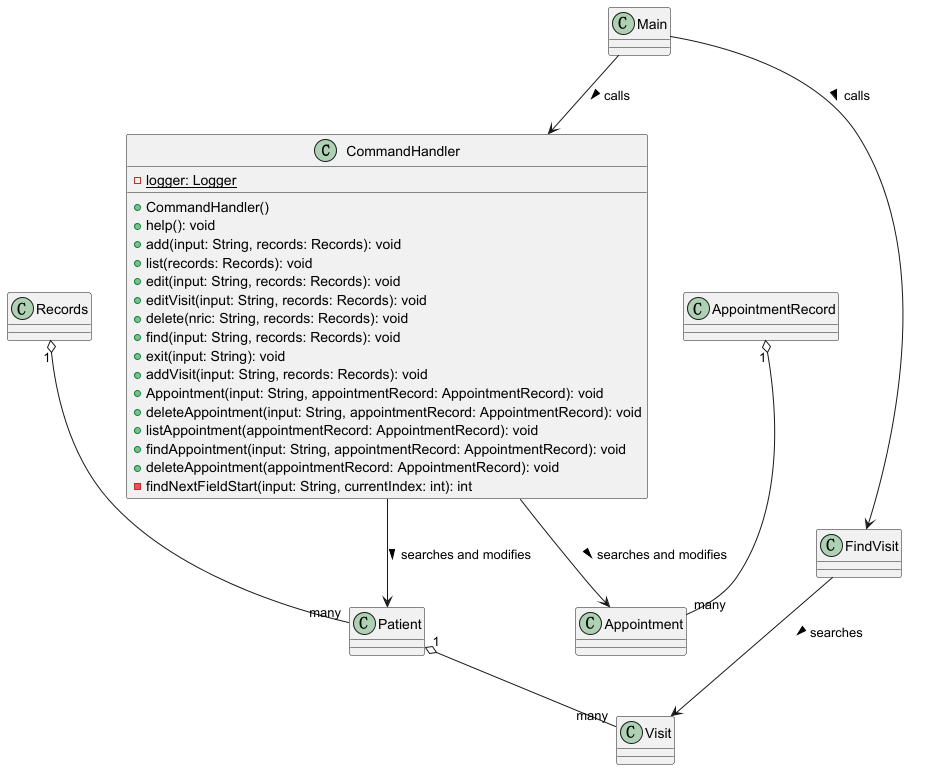
The PlantUML diagram docs/CommandHandler.png in yentheng0110/tp, before a commit.
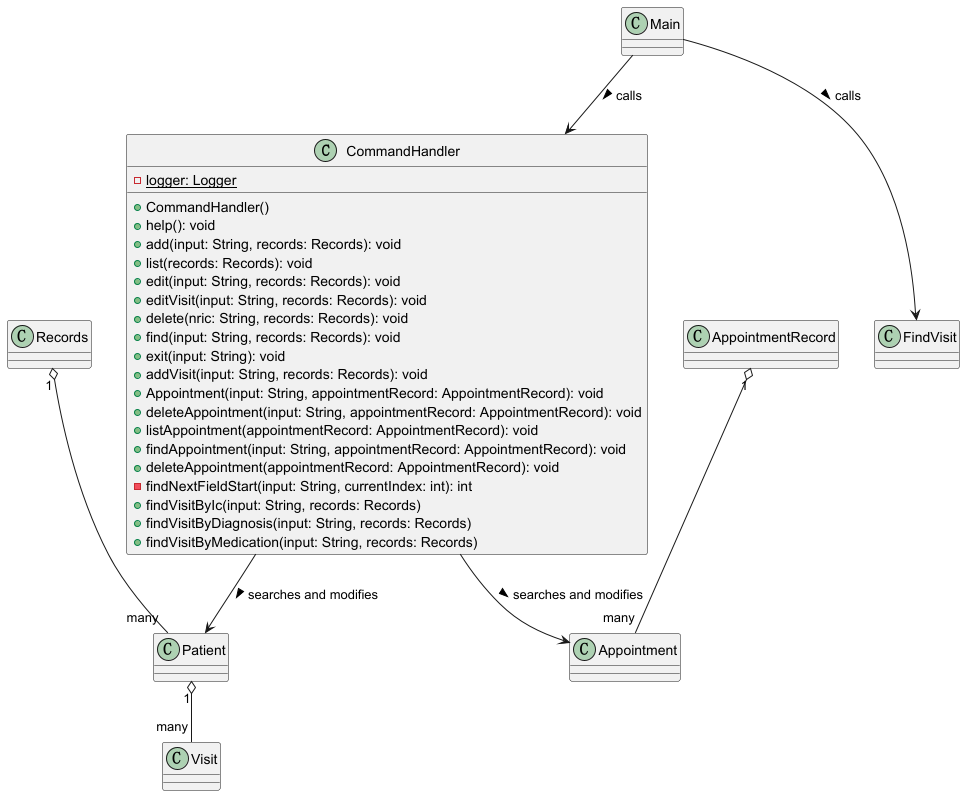
The same file after the commit.

The edit, as a diff of the source:
```diff
@@ -17,6 +17,9 @@
 +findAppointment(input: String, appointmentRecord: AppointmentRecord): void
 +deleteAppointment(appointmentRecord: AppointmentRecord): void
 -findNextFieldStart(input: String, currentIndex: int): int
++findVisitByIc(input: String, records: Records)
++findVisitByDiagnosis(input: String, records: Records)
++findVisitByMedication(input: String, records: Records)
 }
 
 class Patient {}
@@ -30,7 +33,6 @@
 Main --> CommandHandler : calls >
 Main --> FindVisit : calls >
 CommandHandler --> Patient : searches and modifies >
-FindVisit --> Visit : searches >
 Records "1" o-- "many" Patient
 Patient "1" o-- "many" Visit
 
```
